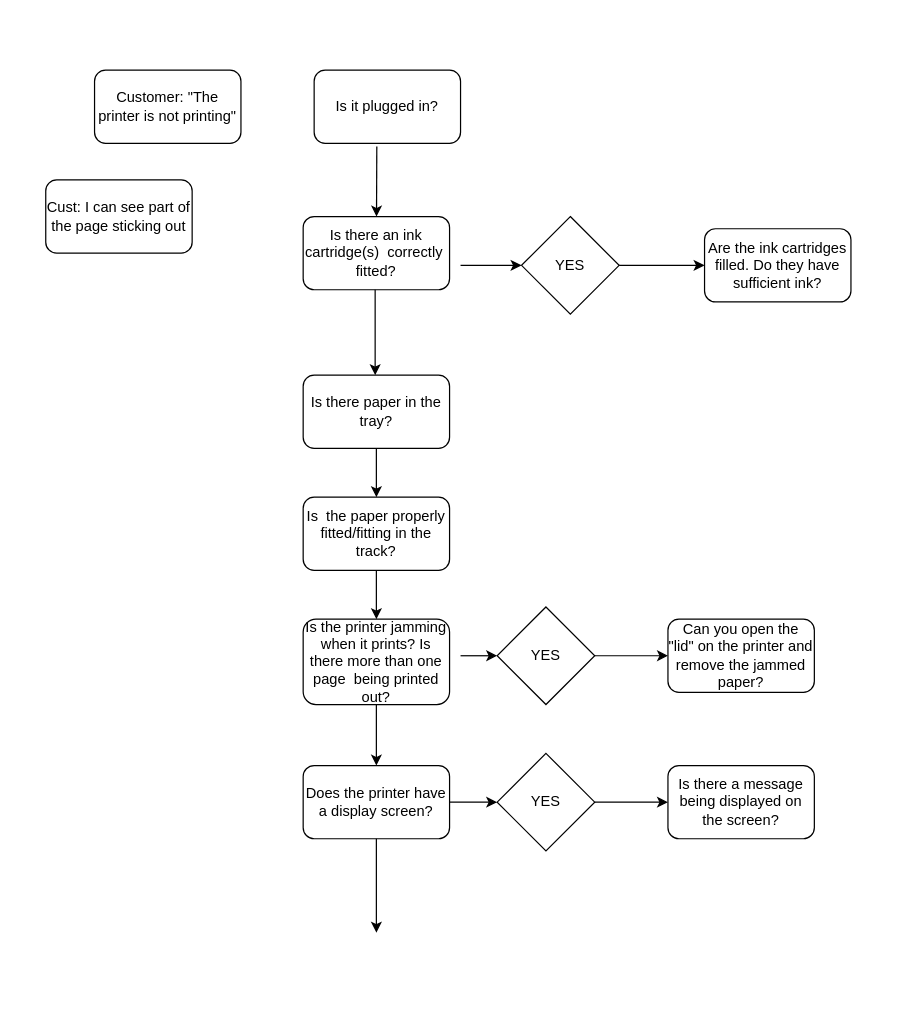
Above: CustomerSupportScript.drawio in L00086023/StudentExercises (draw.io), before the change. Source tidied: cells renumbered, new cells numbered last; positions are measured from the earlier drawing's top-left corner, leaving out a move shared by most shapes. Both pictures are drawn from the tidied source at 122%, with x=0, y=0 at pixel (45, 70).
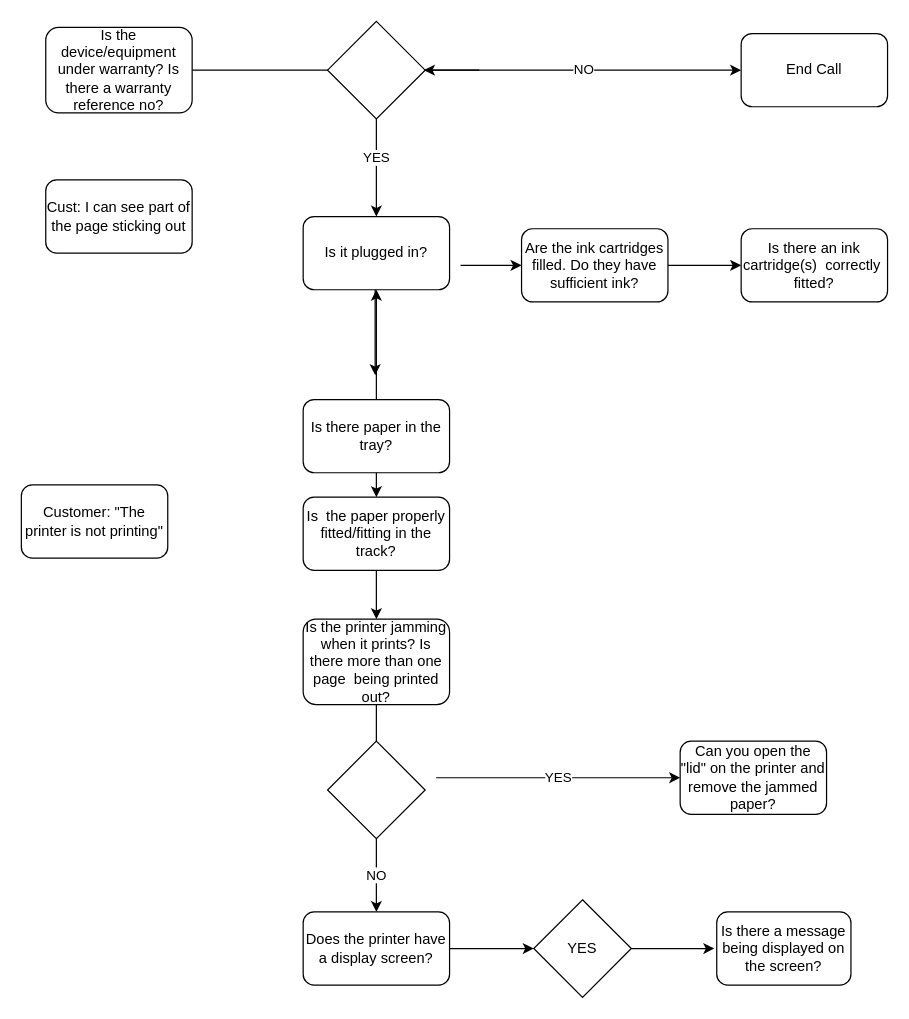
After the change.

The change refers to these unchanged cells:
```xml
<mxCell id="11" value="Is the printer jamming when it prints? Is there more than one page&amp;nbsp; being printed out?" style="rounded=1;whiteSpace=wrap;html=1;" parent="1" vertex="1">
  <mxGeometry x="211" y="450" width="120" height="70" as="geometry" />
</mxCell>
```

Change to the diagram source:
```diff
@@
     <mxCell id="2" value="Customer: &quot;The printer is not printing&quot;" style="rounded=1;whiteSpace=wrap;html=1;" parent="1" vertex="1">
-      <mxGeometry x="40" width="120" height="60" as="geometry" />
+      <mxGeometry x="-20" y="340" width="120" height="60" as="geometry" />
     </mxCell>
     <mxCell id="3" value="Is it plugged in?" style="rounded=1;whiteSpace=wrap;html=1;" parent="1" vertex="1">
-      <mxGeometry x="220" width="120" height="60" as="geometry" />
+      <mxGeometry x="211" y="120" width="120" height="60" as="geometry" />
     </mxCell>
-    <mxCell id="4" style="endArrow=classic;html=1;exitX=0.428;exitY=1.044;exitDx=0;exitDy=0;exitPerimeter=0;" parent="1" edge="1" source="3" target="5">
-      <mxGeometry relative="1" as="geometry" />
-    </mxCell>
     <mxCell id="5" value="Is there an ink cartridge(s)&amp;nbsp; correctly&amp;nbsp; fitted?" style="rounded=1;whiteSpace=wrap;html=1;" parent="1" vertex="1">
-      <mxGeometry x="211" y="120" width="120" height="60" as="geometry" />
+      <mxGeometry x="570" y="130" width="120" height="60" as="geometry" />
     </mxCell>
@@
+    <mxCell id="28" style="edgeStyle=orthogonalEdgeStyle;rounded=0;jettySize=auto;html=1;" parent="1" edge="1" source="7" target="3">
+      <mxGeometry relative="1" as="geometry">
+        <Array as="points">
+          <mxPoint x="271" y="220" />
+          <mxPoint x="271" y="220" />
+        </Array>
+      </mxGeometry>
+    </mxCell>
     <mxCell id="7" value="Is there paper in the tray?" style="rounded=1;whiteSpace=wrap;html=1;" parent="1" vertex="1">
-      <mxGeometry x="211" y="250" width="120" height="60" as="geometry" />
+      <mxGeometry x="211" y="270" width="120" height="60" as="geometry" />
     </mxCell>
@@
-    <mxCell id="13" style="edgeStyle=orthogonalEdgeStyle;rounded=0;jettySize=auto;html=1;" parent="1" edge="1" source="14" target="16">
-      <mxGeometry relative="1" as="geometry" />
-    </mxCell>
-    <mxCell id="14" value="YES" style="rhombus;whiteSpace=wrap;html=1;" parent="1" vertex="1">
-      <mxGeometry x="370" y="440" width="80" height="80" as="geometry" />
-    </mxCell>
-    <mxCell id="15" style="endArrow=classic;html=1;entryX=0;entryY=0.5;entryDx=0;entryDy=0;" parent="1" edge="1" target="14">
+    <mxCell id="15" value="YES" style="endArrow=classic;html=1;entryX=0;entryY=0.5;entryDx=0;entryDy=0;" parent="1" edge="1" target="16">
       <mxGeometry relative="1" as="geometry">
-        <mxPoint x="340" y="480" as="sourcePoint" />
+        <mxPoint x="320" y="580" as="sourcePoint" />
       </mxGeometry>
     </mxCell>
     <mxCell id="16" value="Can you open the &quot;lid&quot; on the printer and remove the jammed paper?" style="rounded=1;whiteSpace=wrap;html=1;" parent="1" vertex="1">
-      <mxGeometry x="510" y="450" width="120" height="60" as="geometry" />
+      <mxGeometry x="520" y="550" width="120" height="60" as="geometry" />
     </mxCell>
     <mxCell id="17" value="Does the printer have a display screen?" style="rounded=1;whiteSpace=wrap;html=1;" parent="1" vertex="1">
-      <mxGeometry x="211" y="570" width="120" height="60" as="geometry" />
+      <mxGeometry x="211" y="690" width="120" height="60" as="geometry" />
     </mxCell>
-    <mxCell id="18" value="YES" style="rhombus;whiteSpace=wrap;html=1;" parent="1" vertex="1">
-      <mxGeometry x="390" y="120" width="80" height="80" as="geometry" />
-    </mxCell>
-    <mxCell id="19" style="endArrow=classic;html=1;entryX=0;entryY=0.5;entryDx=0;entryDy=0;" parent="1" edge="1" target="18">
+    <mxCell id="19" style="endArrow=classic;html=1;entryX=0;entryY=0.5;entryDx=0;entryDy=0;" parent="1" edge="1">
       <mxGeometry relative="1" as="geometry">
         <mxPoint x="340" y="160" as="sourcePoint" />
+        <mxPoint x="390" y="160" as="targetPoint" />
         <Array as="points">
           <mxPoint x="360" y="160" />
         </Array>
       </mxGeometry>
     </mxCell>
     <mxCell id="20" value="Are the ink cartridges filled. Do they have sufficient ink?" style="rounded=1;whiteSpace=wrap;html=1;" parent="1" vertex="1">
-      <mxGeometry x="540" y="130" width="120" height="60" as="geometry" />
+      <mxGeometry x="390" y="130" width="120" height="60" as="geometry" />
     </mxCell>
-    <mxCell id="21" style="endArrow=classic;html=1;entryX=0;entryY=0.5;entryDx=0;entryDy=0;exitX=1;exitY=0.5;exitDx=0;exitDy=0;" parent="1" edge="1" source="18" target="20">
-      <mxGeometry relative="1" as="geometry" />
-    </mxCell>
     <mxCell id="22" value="Is there a message being displayed on the screen?" style="rounded=1;whiteSpace=wrap;html=1;" parent="1" vertex="1">
-      <mxGeometry x="510" y="570" width="120" height="60" as="geometry" />
+      <mxGeometry x="550" y="690" width="110" height="60" as="geometry" />
     </mxCell>
-    <mxCell id="23" style="endArrow=classic;html=1;exitX=0.5;exitY=1;exitDx=0;exitDy=0;entryX=0.5;entryY=0;entryDx=0;entryDy=0;" parent="1" edge="1" source="11" target="17">
-      <mxGeometry relative="1" as="geometry" />
-    </mxCell>
-    <mxCell id="24" style="endArrow=classic;html=1;exitX=0.5;exitY=1;exitDx=0;exitDy=0;" parent="1" edge="1" source="17">
-      <mxGeometry relative="1" as="geometry">
-        <mxPoint x="271" y="707" as="targetPoint" />
-      </mxGeometry>
-    </mxCell>
     <mxCell id="25" value="YES" style="rhombus;whiteSpace=wrap;html=1;" parent="1" vertex="1">
-      <mxGeometry x="370" y="560" width="80" height="80" as="geometry" />
+      <mxGeometry x="400" y="680" width="80" height="80" as="geometry" />
     </mxCell>
@@
-    <mxCell id="27" style="endArrow=classic;html=1;entryX=0;entryY=0.5;entryDx=0;entryDy=0;" parent="1" edge="1" target="22">
+    <mxCell id="27" style="endArrow=classic;html=1;exitX=1;exitY=0.5;exitDx=0;exitDy=0;" parent="1" edge="1" source="25">
       <mxGeometry relative="1" as="geometry">
-        <mxPoint x="450" y="600" as="sourcePoint" />
+        <mxPoint x="548" y="720" as="targetPoint" />
       </mxGeometry>
     </mxCell>
+    <mxCell id="29" style="edgeStyle=orthogonalEdgeStyle;rounded=0;jettySize=auto;html=1;" parent="1" edge="1" source="31" target="3">
+      <mxGeometry relative="1" as="geometry" />
+    </mxCell>
+    <mxCell id="30" value="YES" style="edgeLabel;html=1;align=center;verticalAlign=middle;" parent="29" vertex="1">
+      <mxGeometry x="0.64" y="-1" relative="1" as="geometry" />
+    </mxCell>
+    <mxCell id="31" value="Is the device/equipment under warranty? Is there a warranty reference no?" style="rounded=1;whiteSpace=wrap;html=1;" parent="1" vertex="1">
+      <mxGeometry y="-35" width="120" height="70" as="geometry" />
+    </mxCell>
+    <mxCell id="32" style="endArrow=classic;html=1;entryX=0;entryY=0.5;entryDx=0;entryDy=0;exitX=1;exitY=0.5;exitDx=0;exitDy=0;" parent="1" edge="1" source="20" target="5">
+      <mxGeometry relative="1" as="geometry" />
+    </mxCell>
+    <mxCell id="33" style="rhombus;whiteSpace=wrap;html=1;" parent="1" vertex="1">
+      <mxGeometry x="231" y="-40" width="80" height="80" as="geometry" />
+    </mxCell>
+    <mxCell id="34" value="End Call" style="rounded=1;whiteSpace=wrap;html=1;" parent="1" vertex="1">
+      <mxGeometry x="570" y="-30" width="120" height="60" as="geometry" />
+    </mxCell>
+    <mxCell id="35" value="NO" style="endArrow=classic;html=1;entryX=0;entryY=0.5;entryDx=0;entryDy=0;exitX=1;exitY=0.5;exitDx=0;exitDy=0;" parent="1" edge="1" source="33" target="34">
+      <mxGeometry relative="1" as="geometry" />
+    </mxCell>
+    <mxCell id="36" style="endArrow=classic;html=1;" parent="1" edge="1">
+      <mxGeometry relative="1" as="geometry">
+        <mxPoint x="331" as="sourcePoint" />
+        <mxPoint x="310" as="targetPoint" />
+        <Array as="points">
+          <mxPoint x="360" />
+        </Array>
+      </mxGeometry>
+    </mxCell>
+    <mxCell id="37" style="rhombus;whiteSpace=wrap;html=1;" parent="1" vertex="1">
+      <mxGeometry x="231" y="550" width="80" height="80" as="geometry" />
+    </mxCell>
+    <mxCell id="38" value="NO" style="endArrow=classic;html=1;exitX=0.5;exitY=1;exitDx=0;exitDy=0;entryX=0.5;entryY=0;entryDx=0;entryDy=0;" parent="1" edge="1" source="37" target="17">
+      <mxGeometry relative="1" as="geometry">
+        <Array as="points">
+          <mxPoint x="271" y="650" />
+        </Array>
+      </mxGeometry>
+    </mxCell>
+    <mxCell id="39" style="endArrow=none;html=1;exitX=0.5;exitY=0;exitDx=0;exitDy=0;entryX=0.5;entryY=1;entryDx=0;entryDy=0;" parent="1" edge="1" source="37" target="11">
+      <mxGeometry relative="1" as="geometry" />
+    </mxCell>
```
